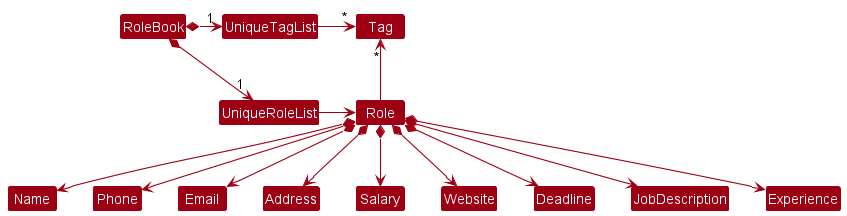
This is docs/images/BetterModelClassDiagram.png from nus-cs2103-AY2223S2/tp, a PlantUML export, as it was before one commit.
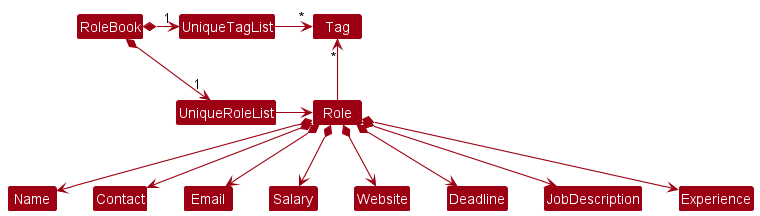
The same diagram one commit later.

Commit message:
Update fields of PUML diagrams

Change to the diagram source:
```diff
@@ -15,9 +15,8 @@
 Role -up-> "*" Tag
 
 Role *--> Name
-Role *--> Phone
+Role *--> Contact
 Role *--> Email
-Role *--> Address
 Role *--> Salary
 Role *--> Website
 Role *--> Deadline
```
